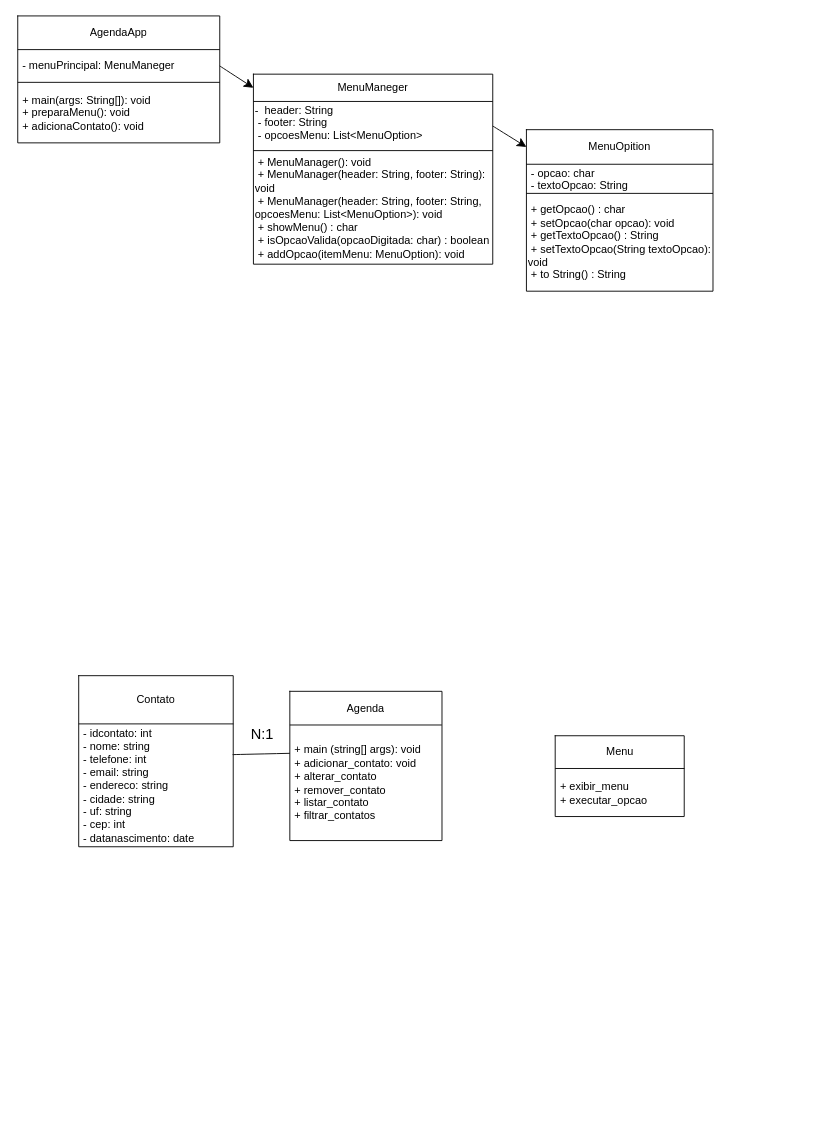
Above: t7iyiuiu.drawio in sanabrii/POO-AgendaApp (draw.io), before the change. Source tidied: cells renumbered, new cells numbered last; positions are measured from the earlier drawing's top-left corner, leaving out a move shared by most shapes. Both pictures are drawn from the tidied source at 91%, with x=0, y=0 at pixel (17, 15).
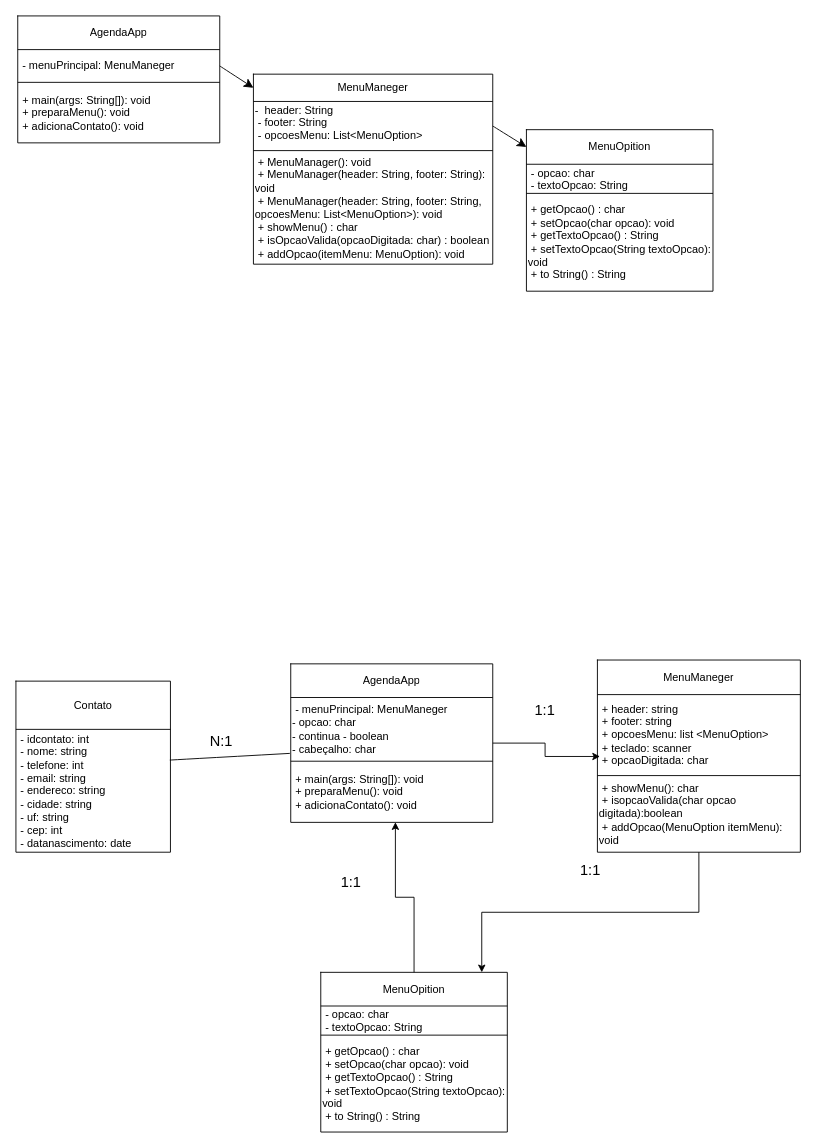
After the change.

Unchanged cells that the change refers to:
```xml
<mxCell id="29" style="shape=tableRow;horizontal=0;startSize=0;swimlaneHead=0;swimlaneBody=0;strokeColor=inherit;top=0;left=0;bottom=0;right=0;fillColor=none;points=[[0,0.5],[1,0.5]];portConstraint=eastwest;" parent="26" vertex="1">
  <mxGeometry y="53" width="169.8" height="135" as="geometry" />
</mxCell>
```

The edit, as a diff of the source:
```diff
@@
     <mxCell id="26" style="shape=table;startSize=0;childLayout=tableLayout;" parent="1" vertex="1">
-      <mxGeometry x="67" y="725" width="169.8" height="188" as="geometry" />
+      <mxGeometry x="-2" y="731" width="169.8" height="188" as="geometry" />
     </mxCell>
@@
-    <mxCell id="31" style="shape=table;startSize=0;childLayout=tableLayout;" parent="1" vertex="1">
-      <mxGeometry x="299" y="742.2" width="167.2" height="164" as="geometry" />
-    </mxCell>
-    <mxCell id="32" style="shape=tableRow;horizontal=0;startSize=0;swimlaneHead=0;swimlaneBody=0;strokeColor=inherit;top=0;left=0;bottom=0;right=0;fillColor=none;" parent="31" vertex="1">
-      <mxGeometry width="167.2" height="37" as="geometry" />
-    </mxCell>
-    <mxCell id="33" value="Agenda" style="shape=partialRectangle;html=1;whiteSpace=wrap;strokeColor=inherit;overflow=hidden;fillColor=none;top=0;left=0;bottom=0;right=0;" parent="32" vertex="1">
-      <mxGeometry width="167" height="37" as="geometry" />
-    </mxCell>
-    <mxCell id="34" style="shape=tableRow;horizontal=0;startSize=0;swimlaneHead=0;swimlaneBody=0;strokeColor=inherit;top=0;left=0;bottom=0;right=0;fillColor=none;points=[[0,0.5],[1,0.5]];portConstraint=eastwest;" parent="31" vertex="1">
-      <mxGeometry y="37" width="167.2" height="127" as="geometry" />
-    </mxCell>
-    <mxCell id="35" value="&lt;div&gt;&amp;nbsp;+ main (string[] args): void&lt;/div&gt;&amp;nbsp;+ adicionar_contato: void&lt;div&gt;&amp;nbsp;+ alterar_contato&lt;/div&gt;&lt;div&gt;&amp;nbsp;&lt;span style=&quot;background-color: initial;&quot;&gt;+ remover_contato&lt;/span&gt;&lt;/div&gt;&lt;div&gt;&lt;span style=&quot;background-color: initial;&quot;&gt;&amp;nbsp;+ listar_contato&lt;/span&gt;&lt;/div&gt;&lt;div&gt;&lt;span style=&quot;background-color: initial;&quot;&gt;&amp;nbsp;&lt;/span&gt;&lt;span style=&quot;background-color: initial;&quot;&gt;+ filtrar_contatos&lt;/span&gt;&lt;/div&gt;" style="shape=partialRectangle;html=1;whiteSpace=wrap;strokeColor=inherit;overflow=hidden;fillColor=none;top=0;left=0;bottom=0;right=0;align=left;" parent="34" vertex="1">
-      <mxGeometry width="167" height="127" as="geometry" />
-    </mxCell>
     <mxCell id="36" style="shape=table;startSize=0;childLayout=tableLayout;" parent="1" vertex="1">
-      <mxGeometry x="590.6" y="791" width="141.8" height="88.8" as="geometry" />
+      <mxGeometry x="637" y="707.8" width="223" height="211.2" as="geometry" />
     </mxCell>
     <mxCell id="37" style="shape=tableRow;horizontal=0;startSize=0;swimlaneHead=0;swimlaneBody=0;strokeColor=inherit;top=0;left=0;bottom=0;right=0;fillColor=none;" parent="36" vertex="1">
-      <mxGeometry width="141.8" height="36" as="geometry" />
+      <mxGeometry width="223" height="38" as="geometry" />
     </mxCell>
-    <mxCell id="38" value="Menu" style="shape=partialRectangle;html=1;whiteSpace=wrap;strokeColor=inherit;overflow=hidden;fillColor=none;top=0;left=0;bottom=0;right=0;" parent="37" vertex="1">
-      <mxGeometry width="142" height="36" as="geometry" />
+    <mxCell id="38" value="MenuManeger" style="shape=partialRectangle;html=1;whiteSpace=wrap;strokeColor=inherit;overflow=hidden;fillColor=none;top=0;left=0;bottom=0;right=0;" parent="37" vertex="1">
+      <mxGeometry width="223" height="38" as="geometry" />
     </mxCell>
     <mxCell id="39" style="shape=tableRow;horizontal=0;startSize=0;swimlaneHead=0;swimlaneBody=0;strokeColor=inherit;top=0;left=0;bottom=0;right=0;fillColor=none;points=[[0,0.5],[1,0.5]];portConstraint=eastwest;" parent="36" vertex="1">
-      <mxGeometry y="36" width="141.8" height="53" as="geometry" />
+      <mxGeometry y="38" width="223" height="89" as="geometry" />
     </mxCell>
-    <mxCell id="40" value="&amp;nbsp;+ exibir_menu&lt;div&gt;&amp;nbsp;+ executar_opcao&lt;/div&gt;" style="shape=partialRectangle;html=1;whiteSpace=wrap;strokeColor=inherit;overflow=hidden;fillColor=none;top=0;left=0;bottom=0;right=0;align=left;" parent="39" vertex="1">
-      <mxGeometry width="142" height="53" as="geometry" />
+    <mxCell id="40" value="&amp;nbsp;+ header: string&lt;div&gt;&amp;nbsp;+ footer: string&lt;br&gt;&lt;div&gt;&amp;nbsp;+ opcoesMenu: list &amp;lt;MenuOption&amp;gt;&lt;/div&gt;&lt;/div&gt;&lt;div&gt;&amp;nbsp;+ teclado: scanner&lt;/div&gt;&lt;div&gt;&amp;nbsp;+ opcaoDigitada: char&lt;/div&gt;" style="shape=partialRectangle;html=1;whiteSpace=wrap;strokeColor=inherit;overflow=hidden;fillColor=none;top=0;left=0;bottom=0;right=0;align=left;" parent="39" vertex="1">
+      <mxGeometry width="223" height="89" as="geometry" />
     </mxCell>
+    <mxCell id="43" style="shape=tableRow;horizontal=0;startSize=0;swimlaneHead=0;swimlaneBody=0;strokeColor=inherit;top=0;left=0;bottom=0;right=0;fillColor=none;" parent="36" vertex="1">
+      <mxGeometry y="127" width="223" height="84" as="geometry" />
+    </mxCell>
+    <mxCell id="44" value="&amp;nbsp;+ showMenu(): char&lt;div&gt;&amp;nbsp;+ isopcaoValida(char opcao digitada):boolean&lt;/div&gt;&lt;div&gt;&amp;nbsp;+ addOpcao(MenuOption itemMenu): void&lt;/div&gt;" style="shape=partialRectangle;html=1;whiteSpace=wrap;strokeColor=inherit;overflow=hidden;fillColor=none;top=0;left=0;bottom=0;right=0;align=left;" parent="43" vertex="1">
+      <mxGeometry width="223" height="84" as="geometry" />
+    </mxCell>
-    <mxCell id="41" style="endArrow=none;html=1;rounded=0;fontSize=12;startSize=8;endSize=8;curved=1;entryX=0;entryY=0.245;entryDx=0;entryDy=0;entryPerimeter=0;exitX=0.996;exitY=0.25;exitDx=0;exitDy=0;exitPerimeter=0;" parent="1" edge="1" source="29" target="34">
-      <mxGeometry relative="1" as="geometry" />
+    <mxCell id="41" style="endArrow=none;html=1;rounded=0;fontSize=12;startSize=8;endSize=8;curved=1;entryX=0;entryY=0.245;entryDx=0;entryDy=0;entryPerimeter=0;exitX=0.996;exitY=0.25;exitDx=0;exitDy=0;exitPerimeter=0;" parent="1" edge="1" source="29">
+      <mxGeometry relative="1" as="geometry">
+        <mxPoint x="299" y="810.4" as="targetPoint" />
+      </mxGeometry>
     </mxCell>
     <mxCell id="42" value="N:1" style="text;html=1;align=center;verticalAlign=middle;whiteSpace=wrap;rounded=0;fontSize=16;" parent="1" vertex="1">
-      <mxGeometry x="239" y="773.8" width="60" height="30" as="geometry" />
+      <mxGeometry x="194" y="782" width="60" height="30" as="geometry" />
     </mxCell>
+    <mxCell id="45" style="shape=table;startSize=0;childLayout=tableLayout;" parent="1" vertex="1">
+      <mxGeometry x="300" y="712" width="222" height="174.2" as="geometry" />
+    </mxCell>
+    <mxCell id="46" style="shape=tableRow;horizontal=0;startSize=0;swimlaneHead=0;swimlaneBody=0;strokeColor=inherit;top=0;left=0;bottom=0;right=0;fillColor=none;" parent="45" vertex="1">
+      <mxGeometry width="222" height="37" as="geometry" />
+    </mxCell>
+    <mxCell id="47" value="AgendaApp" style="shape=partialRectangle;html=1;whiteSpace=wrap;strokeColor=inherit;overflow=hidden;fillColor=none;top=0;left=0;bottom=0;right=0;" parent="46" vertex="1">
+      <mxGeometry width="222" height="37" as="geometry" />
+    </mxCell>
+    <mxCell id="48" style="shape=tableRow;horizontal=0;startSize=0;swimlaneHead=0;swimlaneBody=0;strokeColor=inherit;top=0;left=0;bottom=0;right=0;fillColor=none;" parent="45" vertex="1">
+      <mxGeometry y="37" width="222" height="70" as="geometry" />
+    </mxCell>
+    <mxCell id="49" value="&amp;nbsp;- menuPrincipal: MenuManeger&lt;div&gt;- opcao: char&lt;/div&gt;&lt;div&gt;- continua - boolean&lt;/div&gt;&lt;div&gt;- cabeçalho: char&lt;/div&gt;" style="shape=partialRectangle;html=1;whiteSpace=wrap;strokeColor=inherit;overflow=hidden;fillColor=none;top=0;left=0;bottom=0;right=0;align=left;" parent="48" vertex="1">
+      <mxGeometry width="222" height="70" as="geometry" />
+    </mxCell>
+    <mxCell id="50" style="shape=tableRow;horizontal=0;startSize=0;swimlaneHead=0;swimlaneBody=0;strokeColor=inherit;top=0;left=0;bottom=0;right=0;fillColor=none;points=[[0,0.5],[1,0.5]];portConstraint=eastwest;" parent="45" vertex="1">
+      <mxGeometry y="107" width="222" height="67" as="geometry" />
+    </mxCell>
+    <mxCell id="51" value="&amp;nbsp;+ main(args: String[]): void&lt;div&gt;&amp;nbsp;+ preparaMenu(): void&lt;/div&gt;&lt;div&gt;&amp;nbsp;+ adicionaContato(): void&lt;/div&gt;" style="shape=partialRectangle;html=1;whiteSpace=wrap;strokeColor=inherit;overflow=hidden;fillColor=none;top=0;left=0;bottom=0;right=0;align=left;" parent="50" vertex="1">
+      <mxGeometry width="222" height="67" as="geometry" />
+    </mxCell>
+    <mxCell id="52" style="shape=table;startSize=0;childLayout=tableLayout;" parent="1" vertex="1">
+      <mxGeometry x="333" y="1051" width="205" height="175.5" as="geometry" />
+    </mxCell>
+    <mxCell id="53" style="shape=tableRow;horizontal=0;startSize=0;swimlaneHead=0;swimlaneBody=0;strokeColor=inherit;top=0;left=0;bottom=0;right=0;fillColor=none;points=[[0,0.5],[1,0.5]];portConstraint=eastwest;" parent="52" vertex="1">
+      <mxGeometry width="205" height="37" as="geometry" />
+    </mxCell>
+    <mxCell id="54" value="MenuOpition" style="shape=partialRectangle;html=1;whiteSpace=wrap;strokeColor=inherit;overflow=hidden;fillColor=none;top=0;left=0;bottom=0;right=0;" parent="53" vertex="1">
+      <mxGeometry width="205" height="37" as="geometry" />
+    </mxCell>
+    <mxCell id="55" style="shape=tableRow;horizontal=0;startSize=0;swimlaneHead=0;swimlaneBody=0;strokeColor=inherit;top=0;left=0;bottom=0;right=0;fillColor=none;" parent="52" vertex="1">
+      <mxGeometry y="37" width="205" height="32" as="geometry" />
+    </mxCell>
+    <mxCell id="56" value="&amp;nbsp;- opcao: char&lt;div&gt;&amp;nbsp;- textoOpcao: String&lt;/div&gt;" style="shape=partialRectangle;html=1;whiteSpace=wrap;strokeColor=inherit;overflow=hidden;fillColor=none;top=0;left=0;bottom=0;right=0;align=left;" parent="55" vertex="1">
+      <mxGeometry width="205" height="32" as="geometry" />
+    </mxCell>
+    <mxCell id="57" style="shape=tableRow;horizontal=0;startSize=0;swimlaneHead=0;swimlaneBody=0;strokeColor=inherit;top=0;left=0;bottom=0;right=0;fillColor=none;" parent="52" vertex="1">
+      <mxGeometry y="69" width="205" height="107" as="geometry" />
+    </mxCell>
+    <mxCell id="58" value="&amp;nbsp;+ getOpcao() : char&lt;div&gt;&amp;nbsp;+ setOpcao(char opcao): void&lt;br&gt;&lt;div&gt;&amp;nbsp;+ getTextoOpcao() : String&lt;/div&gt;&lt;div&gt;&amp;nbsp;+ setTextoOpcao(String textoOpcao): void&lt;/div&gt;&lt;div&gt;&amp;nbsp;+ to String() : String&lt;/div&gt;&lt;/div&gt;" style="shape=partialRectangle;html=1;whiteSpace=wrap;strokeColor=inherit;overflow=hidden;fillColor=none;top=0;left=0;bottom=0;right=0;align=left;" parent="57" vertex="1">
+      <mxGeometry width="205" height="107" as="geometry" />
+    </mxCell>
+    <mxCell id="59" style="edgeStyle=orthogonalEdgeStyle;rounded=0;jettySize=auto;html=1;entryX=0.013;entryY=0.764;entryDx=0;entryDy=0;entryPerimeter=0;" parent="1" edge="1" source="45" target="39">
+      <mxGeometry relative="1" as="geometry" />
+    </mxCell>
+    <mxCell id="60" style="edgeStyle=orthogonalEdgeStyle;rounded=0;jettySize=auto;html=1;entryX=0.863;entryY=0;entryDx=0;entryDy=0;entryPerimeter=0;" parent="1" edge="1" source="36" target="53">
+      <mxGeometry relative="1" as="geometry" />
+    </mxCell>
+    <mxCell id="61" value="&lt;font style=&quot;font-size: 16px;&quot;&gt;1:1&lt;/font&gt;" style="text;html=1;align=center;verticalAlign=middle;strokeColor=none;fillColor=none;" parent="1" vertex="1">
+      <mxGeometry x="559" y="747" width="40" height="31" as="geometry" />
+    </mxCell>
+    <mxCell id="62" value="&lt;font style=&quot;font-size: 16px;&quot;&gt;1:1&lt;/font&gt;" style="text;html=1;align=center;verticalAlign=middle;strokeColor=none;fillColor=none;" parent="1" vertex="1">
+      <mxGeometry x="609" y="923" width="40" height="31" as="geometry" />
+    </mxCell>
+    <mxCell id="63" style="edgeStyle=orthogonalEdgeStyle;rounded=0;jettySize=auto;html=1;entryX=0.518;entryY=1;entryDx=0;entryDy=0;entryPerimeter=0;" parent="1" edge="1" source="52" target="50">
+      <mxGeometry relative="1" as="geometry" />
+    </mxCell>
+    <mxCell id="64" value="&lt;font style=&quot;font-size: 16px;&quot;&gt;1:1&lt;/font&gt;" style="text;html=1;align=center;verticalAlign=middle;strokeColor=none;fillColor=none;" parent="1" vertex="1">
+      <mxGeometry x="346" y="936.2" width="40" height="31" as="geometry" />
+    </mxCell>
```
